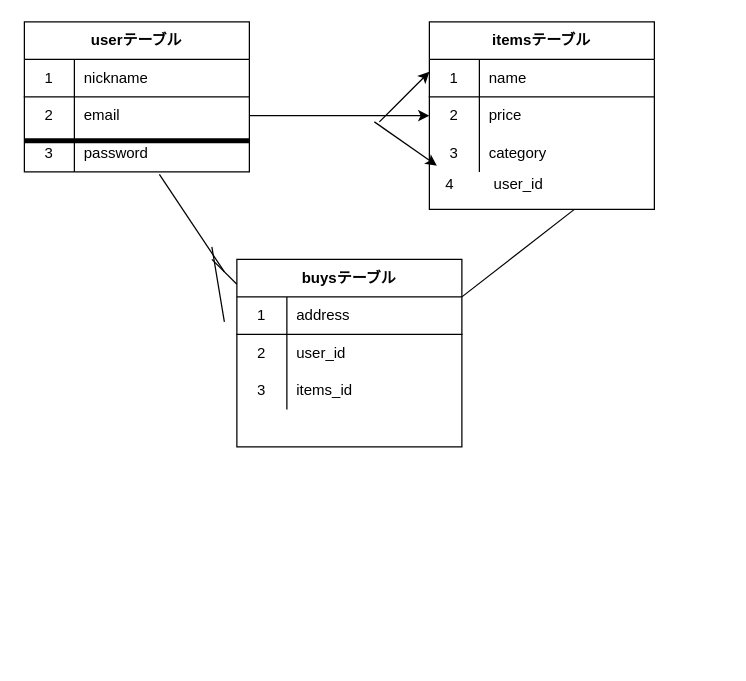
yusuketakegawa/furima-34554 keeps this draw.io diagram as furima.dio. Above is the earlier version. Source tidied: cells renumbered, new cells numbered last; positions are measured from the earlier drawing's top-left corner, leaving out a move shared by most shapes. Both pictures are drawn from the tidied source at 125%, with x=0, y=0 at pixel (24, 21).
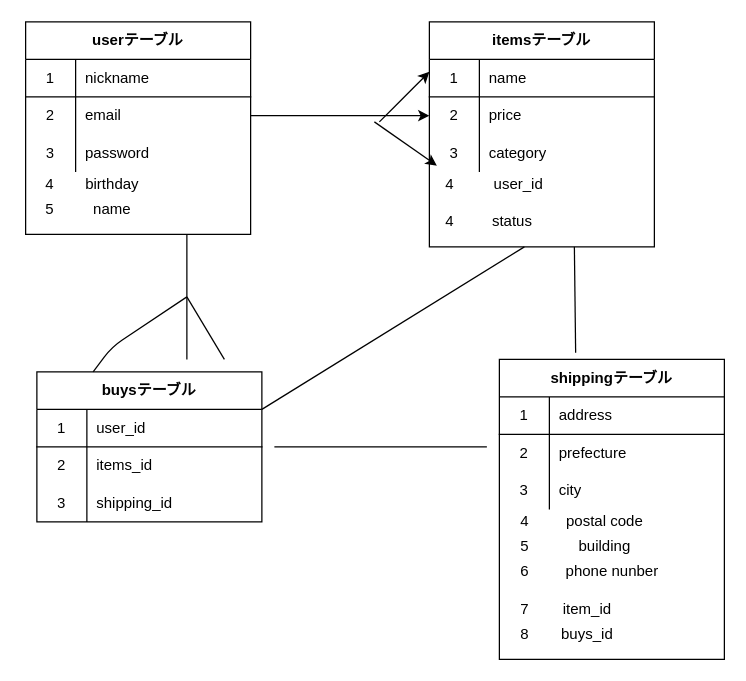
Above is the later version.

Commit message (it also covers changes not shown here):
データベース設計の修正を行いました。

The change refers to these unchanged cells:
```xml
<mxCell id="9" style="shape=partialRectangle;html=1;whiteSpace=wrap;fillColor=none;top=0;left=0;bottom=0;right=0;points=[[0,0.5],[1,0.5]];portConstraint=eastwest;" parent="2" vertex="1">
  <mxGeometry y="90" width="180" height="30" as="geometry" />
</mxCell>
<mxCell id="29" style="shape=partialRectangle;html=1;whiteSpace=wrap;fillColor=none;top=0;left=0;bottom=1;right=0;points=[[0,0.5],[1,0.5]];portConstraint=eastwest;" parent="28" vertex="1">
  <mxGeometry y="30" width="180" height="30" as="geometry" />
</mxCell>
<mxCell id="32" style="shape=partialRectangle;html=1;whiteSpace=wrap;fillColor=none;top=0;left=0;bottom=0;right=0;" parent="28" vertex="1">
  <mxGeometry y="60" width="180" height="30" as="geometry" />
</mxCell>
<mxCell id="35" style="shape=partialRectangle;html=1;whiteSpace=wrap;fillColor=none;top=0;left=0;bottom=0;right=0;" parent="28" vertex="1">
  <mxGeometry y="90" width="180" height="30" as="geometry" />
</mxCell>
```

The edit, as a diff of the source:
```diff
@@
     <mxCell id="2" value="userテーブル" style="shape=table;html=1;whiteSpace=wrap;startSize=30;childLayout=tableLayout;rowLines=0;fontStyle=1;align=center;" parent="1" vertex="1">
-      <mxGeometry width="180" height="120" as="geometry" />
+      <mxGeometry x="1" width="180" height="170" as="geometry" />
     </mxCell>
@@
     <mxCell id="12" value="itemsテーブル" style="shape=table;html=1;whiteSpace=wrap;startSize=30;childLayout=tableLayout;rowLines=0;fontStyle=1;align=center;" parent="1" vertex="1">
-      <mxGeometry x="324" width="180" height="150" as="geometry" />
+      <mxGeometry x="324" width="180" height="180" as="geometry" />
     </mxCell>
@@
-    <mxCell id="22" style="line;strokeWidth=4;html=1;perimeter=backbonePerimeter;" parent="1" vertex="1">
-      <mxGeometry y="90" width="180" height="10" as="geometry" />
-    </mxCell>
@@
     <mxCell id="28" value="buysテーブル" style="shape=table;html=1;whiteSpace=wrap;startSize=30;childLayout=tableLayout;rowLines=0;fontStyle=1;align=center;" parent="1" vertex="1">
-      <mxGeometry x="170" y="190" width="180" height="150" as="geometry" />
+      <mxGeometry x="10" y="280" width="180" height="120" as="geometry" />
     </mxCell>
@@
-    <mxCell id="31" value="address" style="shape=partialRectangle;html=1;whiteSpace=wrap;fillColor=none;top=0;left=0;bottom=0;right=0;align=left;spacingLeft=6;overflow=hidden;" parent="29" vertex="1">
+    <mxCell id="31" value="&lt;span&gt;user_id&lt;/span&gt;" style="shape=partialRectangle;html=1;whiteSpace=wrap;fillColor=none;top=0;left=0;bottom=0;right=0;align=left;spacingLeft=6;overflow=hidden;" parent="29" vertex="1">
       <mxGeometry x="40" width="140" height="30" as="geometry" />
     </mxCell>
@@
-    <mxCell id="34" value="user_id" style="shape=partialRectangle;html=1;whiteSpace=wrap;fillColor=none;top=0;left=0;bottom=0;right=0;align=left;spacingLeft=6;overflow=hidden;" parent="32" vertex="1">
+    <mxCell id="34" value="items_id" style="shape=partialRectangle;html=1;whiteSpace=wrap;fillColor=none;top=0;left=0;bottom=0;right=0;align=left;spacingLeft=6;overflow=hidden;" parent="32" vertex="1">
       <mxGeometry x="40" width="140" height="30" as="geometry" />
     </mxCell>
@@
-    <mxCell id="37" value="items_id" style="shape=partialRectangle;html=1;whiteSpace=wrap;fillColor=none;top=0;left=0;bottom=0;right=0;align=left;spacingLeft=6;overflow=hidden;" parent="35" vertex="1">
+    <mxCell id="37" value="shipping_id" style="shape=partialRectangle;html=1;whiteSpace=wrap;fillColor=none;top=0;left=0;bottom=0;right=0;align=left;spacingLeft=6;overflow=hidden;" parent="35" vertex="1">
       <mxGeometry x="40" width="140" height="30" as="geometry" />
     </mxCell>
-    <mxCell id="38" style="endArrow=none;html=1;entryX=0.6;entryY=1.067;entryDx=0;entryDy=0;entryPerimeter=0;" parent="1" edge="1" target="9">
+    <mxCell id="38" style="endArrow=none;html=1;" parent="1" edge="1">
       <mxGeometry relative="1" as="geometry">
-        <mxPoint x="160" y="200" as="sourcePoint" />
+        <mxPoint x="160" y="270" as="sourcePoint" />
+        <mxPoint x="130" y="220" as="targetPoint" />
       </mxGeometry>
     </mxCell>
     <mxCell id="39" style="endArrow=none;html=1;exitX=1;exitY=0;exitDx=0;exitDy=0;exitPerimeter=0;" parent="1" edge="1" source="29">
       <mxGeometry relative="1" as="geometry">
-        <mxPoint x="440" y="150" as="targetPoint" />
+        <mxPoint x="400" y="180" as="targetPoint" />
       </mxGeometry>
     </mxCell>
     <mxCell id="40" style="endArrow=none;html=1;" parent="1" edge="1">
       <mxGeometry relative="1" as="geometry">
-        <mxPoint x="160" y="240" as="sourcePoint" />
-        <mxPoint x="150" y="180" as="targetPoint" />
+        <mxPoint x="130" y="270" as="sourcePoint" />
+        <mxPoint x="130" y="170" as="targetPoint" />
       </mxGeometry>
     </mxCell>
-    <mxCell id="41" style="endArrow=none;html=1;entryX=0;entryY=0.133;entryDx=0;entryDy=0;entryPerimeter=0;" parent="1" edge="1" target="28">
+    <mxCell id="41" style="endArrow=none;html=1;entryX=0.25;entryY=0;entryDx=0;entryDy=0;" parent="1" edge="1" target="28">
       <mxGeometry relative="1" as="geometry">
-        <mxPoint x="150" y="190" as="sourcePoint" />
+        <mxPoint x="130" y="220" as="sourcePoint" />
+        <Array as="points">
+          <mxPoint x="70" y="260" />
+        </Array>
       </mxGeometry>
     </mxCell>
+    <mxCell id="42" value="shippingテーブル" style="shape=table;html=1;whiteSpace=wrap;startSize=30;childLayout=tableLayout;rowLines=0;fontStyle=1;align=center;" parent="1" vertex="1">
+      <mxGeometry x="380" y="270" width="180" height="240" as="geometry" />
+    </mxCell>
+    <mxCell id="43" style="shape=partialRectangle;html=1;whiteSpace=wrap;fillColor=none;top=0;left=0;bottom=1;right=0;" parent="42" vertex="1">
+      <mxGeometry y="30" width="180" height="30" as="geometry" />
+    </mxCell>
+    <mxCell id="44" value="1" style="shape=partialRectangle;html=1;whiteSpace=wrap;fillColor=none;top=0;left=0;bottom=0;right=0;overflow=hidden;" parent="43" vertex="1">
+      <mxGeometry width="40" height="30" as="geometry" />
+    </mxCell>
+    <mxCell id="45" value="address" style="shape=partialRectangle;html=1;whiteSpace=wrap;fillColor=none;top=0;left=0;bottom=0;right=0;align=left;spacingLeft=6;overflow=hidden;" parent="43" vertex="1">
+      <mxGeometry x="40" width="140" height="30" as="geometry" />
+    </mxCell>
+    <mxCell id="46" style="shape=partialRectangle;html=1;whiteSpace=wrap;fillColor=none;top=0;left=0;bottom=0;right=0;" parent="42" vertex="1">
+      <mxGeometry y="60" width="180" height="30" as="geometry" />
+    </mxCell>
+    <mxCell id="47" value="2" style="shape=partialRectangle;html=1;whiteSpace=wrap;fillColor=none;top=0;left=0;bottom=0;right=0;overflow=hidden;" parent="46" vertex="1">
+      <mxGeometry width="40" height="30" as="geometry" />
+    </mxCell>
+    <mxCell id="48" value="prefecture" style="shape=partialRectangle;html=1;whiteSpace=wrap;fillColor=none;top=0;left=0;bottom=0;right=0;align=left;spacingLeft=6;overflow=hidden;" parent="46" vertex="1">
+      <mxGeometry x="40" width="140" height="30" as="geometry" />
+    </mxCell>
+    <mxCell id="49" style="shape=partialRectangle;html=1;whiteSpace=wrap;fillColor=none;top=0;left=0;bottom=0;right=0;" parent="42" vertex="1">
+      <mxGeometry y="90" width="180" height="30" as="geometry" />
+    </mxCell>
+    <mxCell id="50" value="3" style="shape=partialRectangle;html=1;whiteSpace=wrap;fillColor=none;top=0;left=0;bottom=0;right=0;overflow=hidden;" parent="49" vertex="1">
+      <mxGeometry width="40" height="30" as="geometry" />
+    </mxCell>
+    <mxCell id="51" value="city" style="shape=partialRectangle;html=1;whiteSpace=wrap;fillColor=none;top=0;left=0;bottom=0;right=0;align=left;spacingLeft=6;overflow=hidden;" parent="49" vertex="1">
+      <mxGeometry x="40" width="140" height="30" as="geometry" />
+    </mxCell>
+    <mxCell id="52" value="4" style="text;html=1;align=center;verticalAlign=middle;" parent="1" vertex="1">
+      <mxGeometry x="390" y="390" width="20" height="20" as="geometry" />
+    </mxCell>
+    <mxCell id="53" value="postal code" style="text;html=1;align=center;verticalAlign=middle;" parent="1" vertex="1">
+      <mxGeometry x="424" y="390" width="80" height="20" as="geometry" />
+    </mxCell>
+    <mxCell id="54" style="endArrow=none;html=1;" parent="1" edge="1">
+      <mxGeometry relative="1" as="geometry">
+        <mxPoint x="200" y="340" as="sourcePoint" />
+        <mxPoint x="370" y="340" as="targetPoint" />
+      </mxGeometry>
+    </mxCell>
+    <mxCell id="55" value="5" style="text;html=1;align=center;verticalAlign=middle;" parent="1" vertex="1">
+      <mxGeometry x="390" y="410" width="20" height="20" as="geometry" />
+    </mxCell>
+    <mxCell id="56" value="building" style="text;html=1;align=center;verticalAlign=middle;" parent="1" vertex="1">
+      <mxGeometry x="434" y="410" width="60" height="20" as="geometry" />
+    </mxCell>
+    <mxCell id="57" value="6" style="text;html=1;align=center;verticalAlign=middle;" parent="1" vertex="1">
+      <mxGeometry x="390" y="430" width="20" height="20" as="geometry" />
+    </mxCell>
+    <mxCell id="58" value="phone nunber" style="text;html=1;align=center;verticalAlign=middle;" parent="1" vertex="1">
+      <mxGeometry x="425" y="430" width="90" height="20" as="geometry" />
+    </mxCell>
+    <mxCell id="59" value="4" style="text;html=1;align=center;verticalAlign=middle;" parent="1" vertex="1">
+      <mxGeometry x="10" y="120" width="20" height="20" as="geometry" />
+    </mxCell>
+    <mxCell id="60" value="birthday" style="text;html=1;align=center;verticalAlign=middle;" parent="1" vertex="1">
+      <mxGeometry x="40" y="120" width="60" height="20" as="geometry" />
+    </mxCell>
+    <mxCell id="61" value="4" style="text;html=1;align=center;verticalAlign=middle;" parent="1" vertex="1">
+      <mxGeometry x="330" y="150" width="20" height="20" as="geometry" />
+    </mxCell>
+    <mxCell id="62" value="status&lt;br&gt;" style="text;html=1;align=center;verticalAlign=middle;" parent="1" vertex="1">
+      <mxGeometry x="365" y="150" width="50" height="20" as="geometry" />
+    </mxCell>
+    <mxCell id="63" value="7" style="text;html=1;align=center;verticalAlign=middle;" parent="1" vertex="1">
+      <mxGeometry x="390" y="460" width="20" height="20" as="geometry" />
+    </mxCell>
+    <mxCell id="64" value="item_id&lt;br&gt;" style="text;html=1;align=center;verticalAlign=middle;" parent="1" vertex="1">
+      <mxGeometry x="425" y="460" width="50" height="20" as="geometry" />
+    </mxCell>
+    <mxCell id="65" style="endArrow=none;html=1;exitX=0.339;exitY=-0.022;exitDx=0;exitDy=0;exitPerimeter=0;" parent="1" edge="1" source="42">
+      <mxGeometry relative="1" as="geometry">
+        <mxPoint x="440" y="180" as="targetPoint" />
+      </mxGeometry>
+    </mxCell>
+    <mxCell id="66" value="8" style="text;html=1;align=center;verticalAlign=middle;" parent="1" vertex="1">
+      <mxGeometry x="390" y="480" width="20" height="20" as="geometry" />
+    </mxCell>
+    <mxCell id="67" value="buys_id" style="text;html=1;align=center;verticalAlign=middle;" parent="1" vertex="1">
+      <mxGeometry x="420" y="480" width="60" height="20" as="geometry" />
+    </mxCell>
+    <mxCell id="68" value="5" style="text;html=1;align=center;verticalAlign=middle;" parent="1" vertex="1">
+      <mxGeometry x="10" y="140" width="20" height="20" as="geometry" />
+    </mxCell>
+    <mxCell id="69" value="name" style="text;html=1;align=center;verticalAlign=middle;" parent="1" vertex="1">
+      <mxGeometry x="45" y="140" width="50" height="20" as="geometry" />
+    </mxCell>
```
